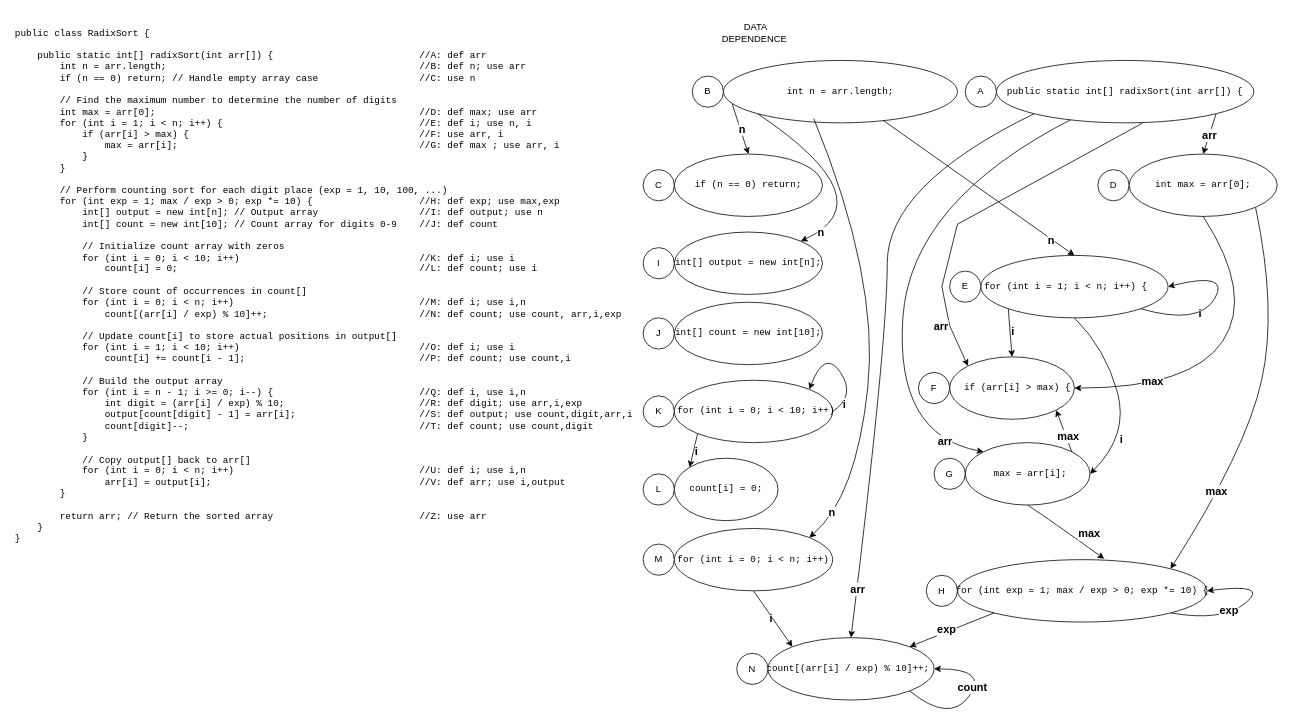
Barbera9/mixed keeps this draw.io diagram as W5.A3.drawio. Above is the earlier version. Source tidied: cells renumbered, new cells numbered last; positions are measured from the earlier drawing's top-left corner, leaving out a move shared by most shapes. Both pictures are drawn from the tidied source at 78%, with x=0, y=0 at pixel (13, 13).
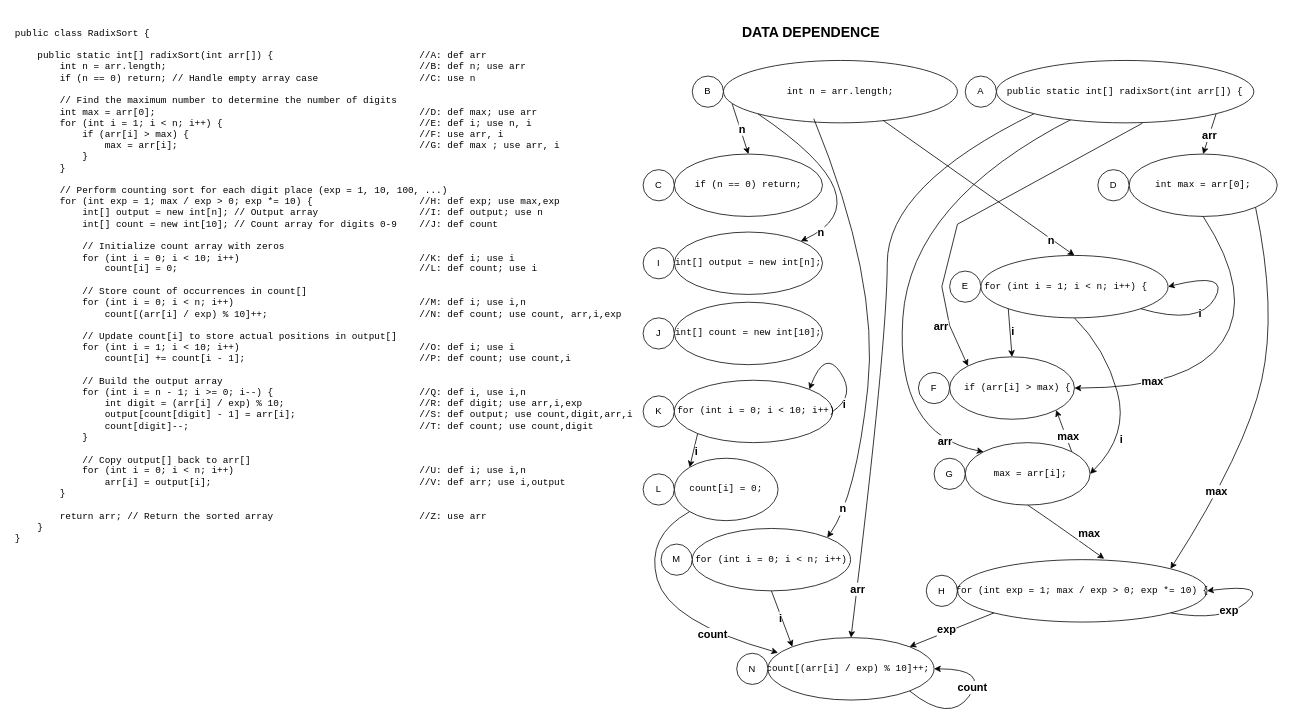
The same page after the edit.

The change refers to these unchanged cells:
```xml
<mxCell id="52" value="&lt;pre id=&quot;yui_3_18_1_1_1743842538325_100&quot;&gt;&lt;code class=&quot;language-java&quot;&gt;count[i] = 0;&lt;/code&gt;&lt;/pre&gt;" style="ellipse;whiteSpace=wrap;html=1;" parent="1" vertex="1">
  <mxGeometry x="847" y="570" width="133" height="80" as="geometry" />
</mxCell>
<mxCell id="62" value="&lt;pre id=&quot;yui_3_18_1_1_1743842538325_100&quot;&gt;&lt;code class=&quot;language-java&quot;&gt; count[(arr[i] / exp) % 10]++;&lt;span style=&quot;white-space: pre;&quot;&gt;&#9;&lt;/span&gt;&lt;/code&gt;&lt;/pre&gt;" style="ellipse;whiteSpace=wrap;html=1;" parent="1" vertex="1">
  <mxGeometry x="967" y="800" width="213" height="80" as="geometry" />
</mxCell>
```

Change to the diagram source:
```diff
@@
-    <mxCell id="5" value="&amp;nbsp;DATA DEPENDENCE" style="text;html=1;align=center;verticalAlign=middle;whiteSpace=wrap;rounded=0;" parent="1" vertex="1">
-      <mxGeometry x="890" y="10" width="120" height="30" as="geometry" />
+    <mxCell id="5" value="&lt;b&gt;&lt;font style=&quot;font-size: 18px;&quot;&gt;&amp;nbsp;DATA DEPENDENCE&lt;/font&gt;&lt;/b&gt;" style="text;html=1;align=center;verticalAlign=middle;whiteSpace=wrap;rounded=0;" parent="1" vertex="1">
+      <mxGeometry x="890" y="10" width="260" height="30" as="geometry" />
     </mxCell>
@@
     <mxCell id="56" value="&lt;pre id=&quot;yui_3_18_1_1_1743842538325_100&quot;&gt;&lt;code class=&quot;language-java&quot;&gt;for (int i = 0; i &amp;lt; n; i++)&lt;/code&gt;&lt;/pre&gt;" style="ellipse;whiteSpace=wrap;html=1;" parent="1" vertex="1">
-      <mxGeometry x="847" y="660" width="203" height="80" as="geometry" />
+      <mxGeometry x="870" y="660" width="203" height="80" as="geometry" />
     </mxCell>
     <mxCell id="57" value="M" style="ellipse;whiteSpace=wrap;html=1;" parent="1" vertex="1">
-      <mxGeometry x="807" y="680" width="40" height="40" as="geometry" />
+      <mxGeometry x="830" y="680" width="40" height="40" as="geometry" />
     </mxCell>
@@
+    <mxCell id="74" style="curved=1;endArrow=classic;html=1;rounded=0;entryX=0.061;entryY=0.241;entryDx=0;entryDy=0;entryPerimeter=0;exitX=0;exitY=1;exitDx=0;exitDy=0;" parent="1" edge="1" source="52" target="62">
+      <mxGeometry relative="1" as="geometry">
+        <Array as="points">
+          <mxPoint x="810" y="670" />
+          <mxPoint x="840" y="780" />
+        </Array>
+      </mxGeometry>
+    </mxCell>
+    <mxCell id="75" value="&lt;b&gt;&lt;font style=&quot;font-size: 14px;&quot;&gt;count&lt;/font&gt;&lt;/b&gt;" style="edgeLabel;html=1;align=center;verticalAlign=middle;" parent="74" vertex="1">
+      <mxGeometry x="0.46" relative="1" as="geometry" />
+    </mxCell>
```
